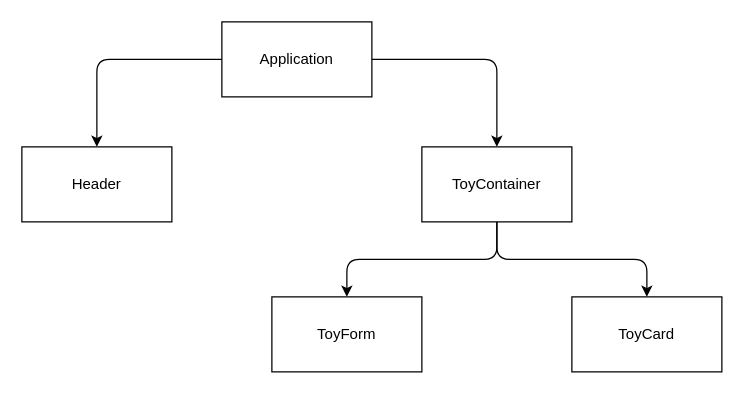
Above: Heirarchy.drawio in Stelluuh/react-hooks-practice-toy-tales (draw.io), before the change. Source tidied: cells renumbered, new cells numbered last; positions are measured from the earlier drawing's top-left corner, leaving out a move shared by most shapes. Both pictures are drawn from the tidied source at 125%, with x=0, y=0 at pixel (21, 21).
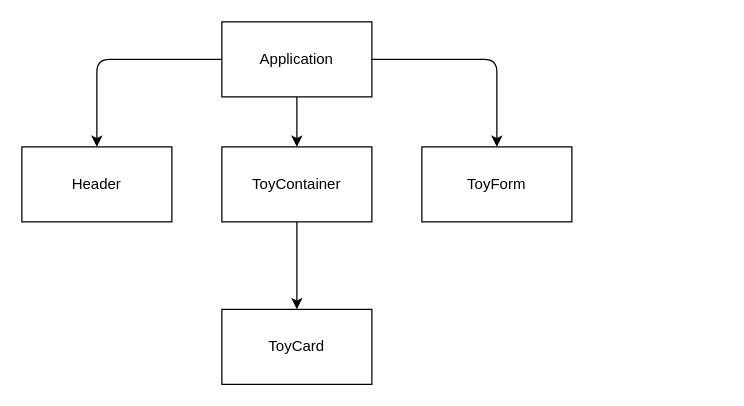
Above is the later version.

Change to the diagram source:
```diff
@@
 <mxGraphModel>
   <root>
     <mxCell id="0" />
     <mxCell id="1" parent="0" />
     <mxCell id="2" style="edgeStyle=orthogonalEdgeStyle;html=1;exitX=0;exitY=0.5;exitDx=0;exitDy=0;entryX=0.5;entryY=0;entryDx=0;entryDy=0;" parent="1" edge="1" source="4" target="7">
       <mxGeometry relative="1" as="geometry" />
     </mxCell>
     <mxCell id="3" style="edgeStyle=orthogonalEdgeStyle;html=1;" parent="1" edge="1" source="4" target="10">
       <mxGeometry relative="1" as="geometry" />
     </mxCell>
+    <mxCell id="11" style="edgeStyle=orthogonalEdgeStyle;html=1;entryX=0.5;entryY=0;entryDx=0;entryDy=0;" parent="1" edge="1" source="4" target="6">
+      <mxGeometry relative="1" as="geometry" />
+    </mxCell>
     <mxCell id="4" value="Application" style="whiteSpace=wrap;html=1;" parent="1" vertex="1">
       <mxGeometry x="160" width="120" height="60" as="geometry" />
     </mxCell>
     <mxCell id="5" value="ToyCard" style="whiteSpace=wrap;html=1;" parent="1" vertex="1">
-      <mxGeometry x="440" y="220" width="120" height="60" as="geometry" />
+      <mxGeometry x="160" y="230" width="120" height="60" as="geometry" />
     </mxCell>
     <mxCell id="6" value="ToyForm" style="whiteSpace=wrap;html=1;" parent="1" vertex="1">
-      <mxGeometry x="200" y="220" width="120" height="60" as="geometry" />
+      <mxGeometry x="320" y="100" width="120" height="60" as="geometry" />
     </mxCell>
     <mxCell id="7" value="Header" style="whiteSpace=wrap;html=1;" parent="1" vertex="1">
       <mxGeometry y="100" width="120" height="60" as="geometry" />
     </mxCell>
-    <mxCell id="8" style="edgeStyle=orthogonalEdgeStyle;html=1;" parent="1" edge="1" source="10" target="6">
-      <mxGeometry relative="1" as="geometry" />
-    </mxCell>
     <mxCell id="9" style="edgeStyle=orthogonalEdgeStyle;html=1;entryX=0.5;entryY=0;entryDx=0;entryDy=0;" parent="1" edge="1" source="10" target="5">
       <mxGeometry relative="1" as="geometry" />
     </mxCell>
     <mxCell id="10" value="ToyContainer" style="whiteSpace=wrap;html=1;" parent="1" vertex="1">
-      <mxGeometry x="320" y="100" width="120" height="60" as="geometry" />
+      <mxGeometry x="160" y="100" width="120" height="60" as="geometry" />
     </mxCell>
   </root>
 </mxGraphModel>
```
